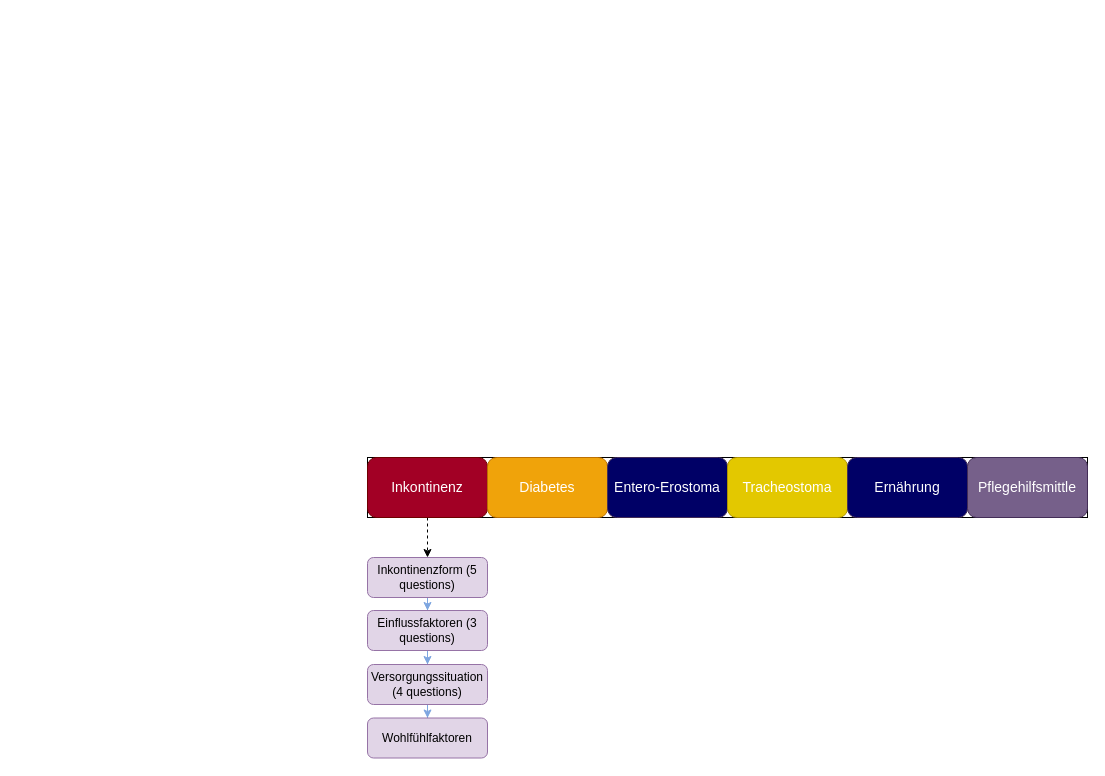
Fredabb/MediMark-roadmap keeps this draw.io diagram as page "Anamneseprozess" (4 of 8) of Untitled Diagram.drawio. Above is the earlier version. Source tidied: cells renumbered, new cells numbered last; positions are measured from the earlier drawing's top-left corner, leaving out a move shared by most shapes. Both pictures are drawn from the tidied source at 100%, with x=0, y=0 at pixel (367, 457).
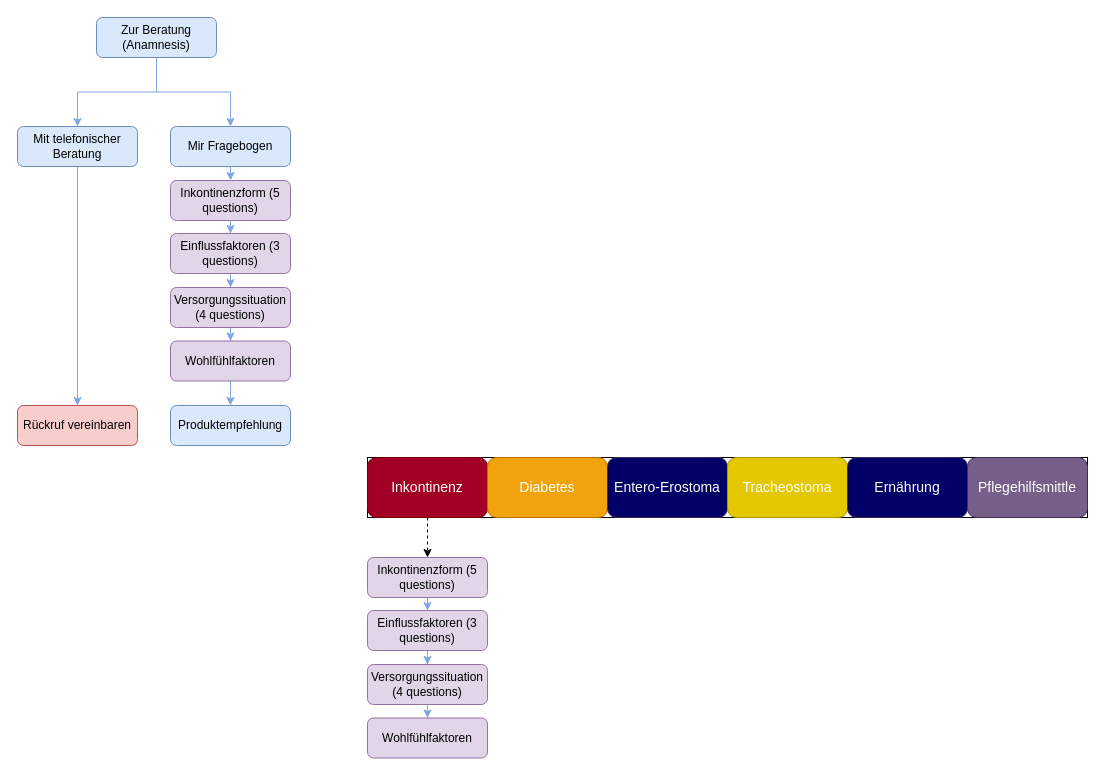
Above is the later version.

The edit, as a diff of the source:
```diff
@@
+    <mxCell id="17" style="edgeStyle=orthogonalEdgeStyle;rounded=0;jettySize=auto;html=1;exitX=0.5;exitY=1;exitDx=0;exitDy=0;entryX=0.5;entryY=0;entryDx=0;entryDy=0;strokeColor=#7EA6E0;" parent="1" edge="1" source="18" target="20">
+      <mxGeometry relative="1" as="geometry" />
+    </mxCell>
+    <mxCell id="18" value="Mir Fragebogen" style="rounded=1;whiteSpace=wrap;html=1;fontSize=12;glass=0;strokeWidth=1;shadow=0;fillColor=#dae8fc;strokeColor=#6c8ebf;" parent="1" vertex="1">
+      <mxGeometry x="-197" y="-331" width="120" height="40" as="geometry" />
+    </mxCell>
+    <mxCell id="19" style="edgeStyle=orthogonalEdgeStyle;rounded=0;jettySize=auto;html=1;strokeColor=#7EA6E0;" parent="1" edge="1" source="20" target="22">
+      <mxGeometry relative="1" as="geometry" />
+    </mxCell>
+    <mxCell id="20" value="Inkontinenzform (5 questions)" style="rounded=1;whiteSpace=wrap;html=1;fontSize=12;glass=0;strokeWidth=1;shadow=0;fillColor=#e1d5e7;strokeColor=#9673a6;" parent="1" vertex="1">
+      <mxGeometry x="-197" y="-277" width="120" height="40" as="geometry" />
+    </mxCell>
+    <mxCell id="21" style="edgeStyle=orthogonalEdgeStyle;rounded=0;jettySize=auto;html=1;strokeColor=#7EA6E0;" parent="1" edge="1" source="22" target="24">
+      <mxGeometry relative="1" as="geometry" />
+    </mxCell>
+    <mxCell id="22" value="Einflussfaktoren (3 questions)" style="rounded=1;whiteSpace=wrap;html=1;fontSize=12;glass=0;strokeWidth=1;shadow=0;fillColor=#e1d5e7;strokeColor=#9673a6;" parent="1" vertex="1">
+      <mxGeometry x="-197" y="-224" width="120" height="40" as="geometry" />
+    </mxCell>
+    <mxCell id="23" style="edgeStyle=orthogonalEdgeStyle;rounded=0;jettySize=auto;html=1;strokeColor=#7EA6E0;" parent="1" edge="1" source="24" target="26">
+      <mxGeometry relative="1" as="geometry" />
+    </mxCell>
+    <mxCell id="24" value="Versorgungssituation (4 questions)" style="rounded=1;whiteSpace=wrap;html=1;fontSize=12;glass=0;strokeWidth=1;shadow=0;fillColor=#e1d5e7;strokeColor=#9673a6;" parent="1" vertex="1">
+      <mxGeometry x="-197" y="-170" width="120" height="40" as="geometry" />
+    </mxCell>
+    <mxCell id="25" style="edgeStyle=orthogonalEdgeStyle;rounded=0;jettySize=auto;html=1;exitX=0.5;exitY=1;exitDx=0;exitDy=0;entryX=0.5;entryY=0;entryDx=0;entryDy=0;strokeColor=#7EA6E0;" parent="1" edge="1" source="26" target="27">
+      <mxGeometry relative="1" as="geometry" />
+    </mxCell>
+    <mxCell id="26" value="Wohlfühlfaktoren" style="rounded=1;whiteSpace=wrap;html=1;fontSize=12;glass=0;strokeWidth=1;shadow=0;fillColor=#e1d5e7;strokeColor=#9673a6;" parent="1" vertex="1">
+      <mxGeometry x="-197" y="-116.5" width="120" height="40" as="geometry" />
+    </mxCell>
+    <mxCell id="27" value="Produktempfehlung" style="rounded=1;whiteSpace=wrap;html=1;fontSize=12;glass=0;strokeWidth=1;shadow=0;fillColor=#dae8fc;strokeColor=#6c8ebf;" parent="1" vertex="1">
+      <mxGeometry x="-197" y="-52" width="120" height="40" as="geometry" />
+    </mxCell>
+    <mxCell id="28" style="edgeStyle=orthogonalEdgeStyle;rounded=0;jettySize=auto;html=1;exitX=0.5;exitY=1;exitDx=0;exitDy=0;entryX=0.5;entryY=0;entryDx=0;entryDy=0;strokeColor=#7EA6E0;" parent="1" edge="1" source="30" target="18">
+      <mxGeometry relative="1" as="geometry" />
+    </mxCell>
+    <mxCell id="29" style="edgeStyle=orthogonalEdgeStyle;rounded=0;jettySize=auto;html=1;exitX=0.5;exitY=1;exitDx=0;exitDy=0;entryX=0.5;entryY=0;entryDx=0;entryDy=0;strokeColor=#7EA6E0;" parent="1" edge="1" source="30" target="32">
+      <mxGeometry relative="1" as="geometry" />
+    </mxCell>
+    <mxCell id="30" value="Zur Beratung (Anamnesis)" style="rounded=1;whiteSpace=wrap;html=1;fontSize=12;glass=0;strokeWidth=1;shadow=0;fillColor=#dae8fc;strokeColor=#6c8ebf;" parent="1" vertex="1">
+      <mxGeometry x="-271" y="-440" width="120" height="40" as="geometry" />
+    </mxCell>
+    <mxCell id="31" style="edgeStyle=orthogonalEdgeStyle;rounded=0;jettySize=auto;html=1;fontSize=30;strokeColor=#7EA6E0;" parent="1" edge="1" source="32" target="33">
+      <mxGeometry relative="1" as="geometry" />
+    </mxCell>
+    <mxCell id="32" value="Mit telefonischer Beratung" style="rounded=1;whiteSpace=wrap;html=1;fillColor=#dae8fc;strokeColor=#6c8ebf;" parent="1" vertex="1">
+      <mxGeometry x="-350" y="-331" width="120" height="40" as="geometry" />
+    </mxCell>
+    <mxCell id="33" value="Rückruf vereinbaren" style="rounded=1;whiteSpace=wrap;html=1;fillColor=#f8cecc;strokeColor=#b85450;" parent="1" vertex="1">
+      <mxGeometry x="-350" y="-52" width="120" height="40" as="geometry" />
+    </mxCell>
```
